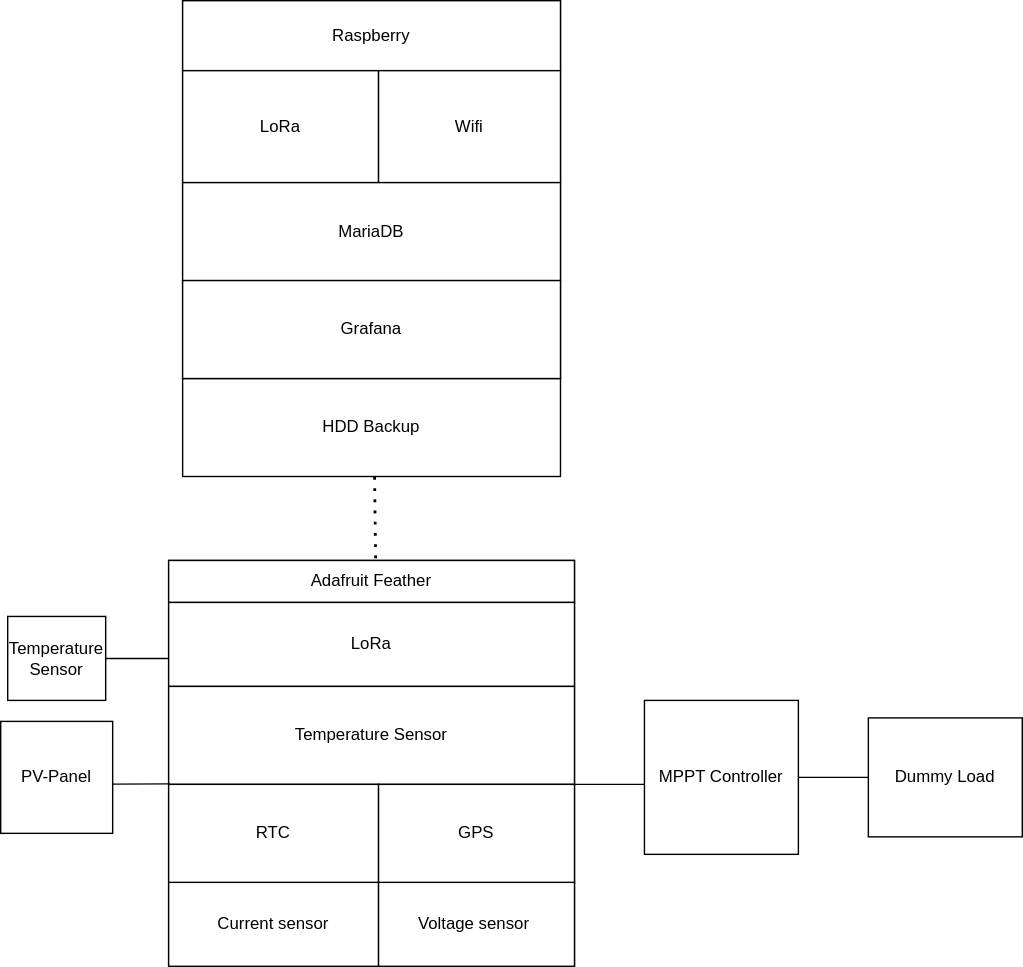
Earlier version of the draw.io export doc/PV_test_station.drawio.svg (PSenfft/pv_test_station). Source tidied: cells renumbered, new cells last; positions are measured from the earlier drawing's top-left corner, leaving out a move shared by most shapes.
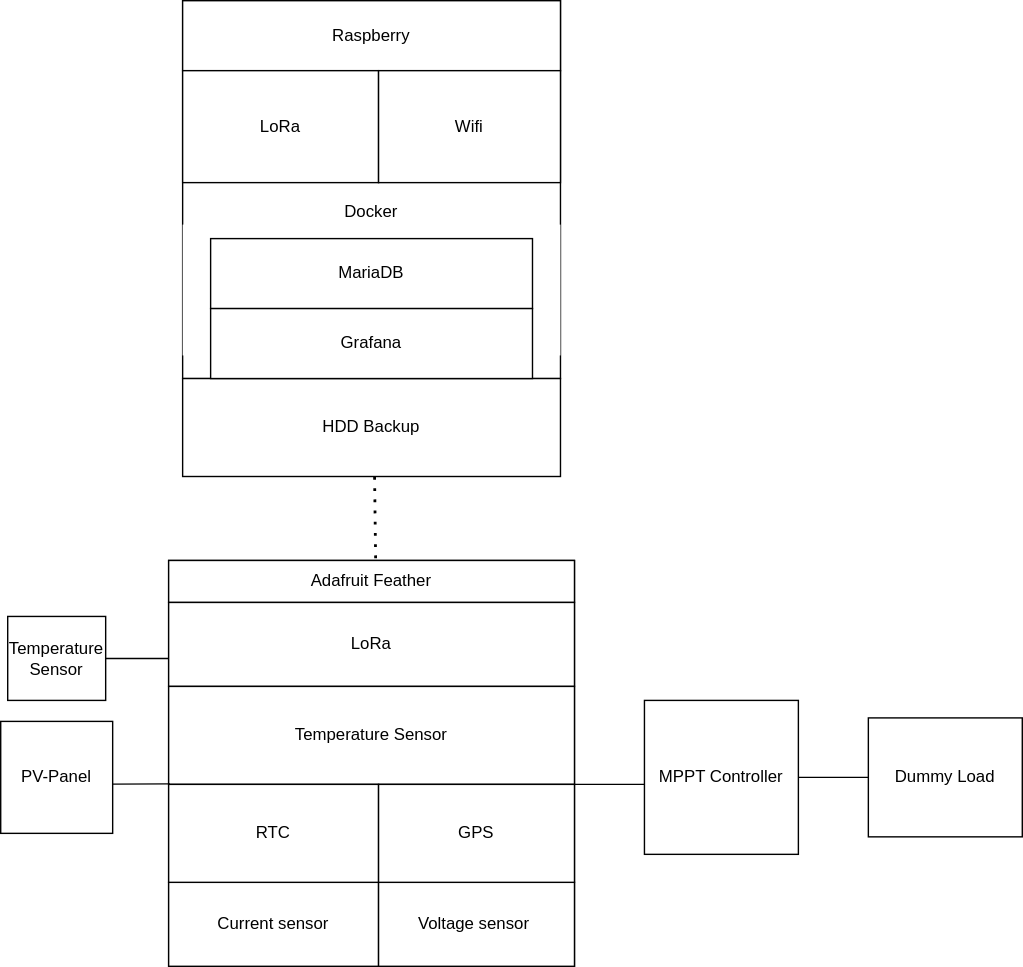
The same file after the commit.

The edit, as a diff of the source:
```diff
@@ -44,9 +44,6 @@
     <mxCell id="15" value="Wifi" style="rounded=0;whiteSpace=wrap;html=1;" parent="1" vertex="1">
       <mxGeometry x="270" y="50" width="130" height="80" as="geometry" />
     </mxCell>
-    <mxCell id="16" value="MariaDB" style="rounded=0;whiteSpace=wrap;html=1;" parent="1" vertex="1">
-      <mxGeometry x="130" y="130" width="270" height="70" as="geometry" />
-    </mxCell>
     <mxCell id="17" value="HDD Backup" style="rounded=0;whiteSpace=wrap;html=1;" parent="1" vertex="1">
       <mxGeometry x="130" y="270" width="270" height="70" as="geometry" />
     </mxCell>
@@ -79,8 +76,14 @@
     <mxCell id="24" value="GPS" style="rounded=0;whiteSpace=wrap;html=1;" parent="1" vertex="1">
       <mxGeometry x="270" y="560" width="140" height="70" as="geometry" />
     </mxCell>
+    <mxCell id="26" value="Docker" style="rounded=0;whiteSpace=wrap;html=1;labelPosition=center;verticalLabelPosition=top;align=center;verticalAlign=bottom;strokeColor=none;" parent="1" vertex="1">
+      <mxGeometry x="130" y="160" width="270" height="93.5" as="geometry" />
+    </mxCell>
+    <mxCell id="16" value="MariaDB" style="rounded=0;whiteSpace=wrap;html=1;" parent="1" vertex="1">
+      <mxGeometry x="150" y="170" width="230" height="50" as="geometry" />
+    </mxCell>
     <mxCell id="25" value="Grafana" style="rounded=0;whiteSpace=wrap;html=1;" parent="1" vertex="1">
-      <mxGeometry x="130" y="200" width="270" height="70" as="geometry" />
+      <mxGeometry x="150" y="220" width="230" height="50" as="geometry" />
     </mxCell>
   </root>
 </mxGraphModel>
```
